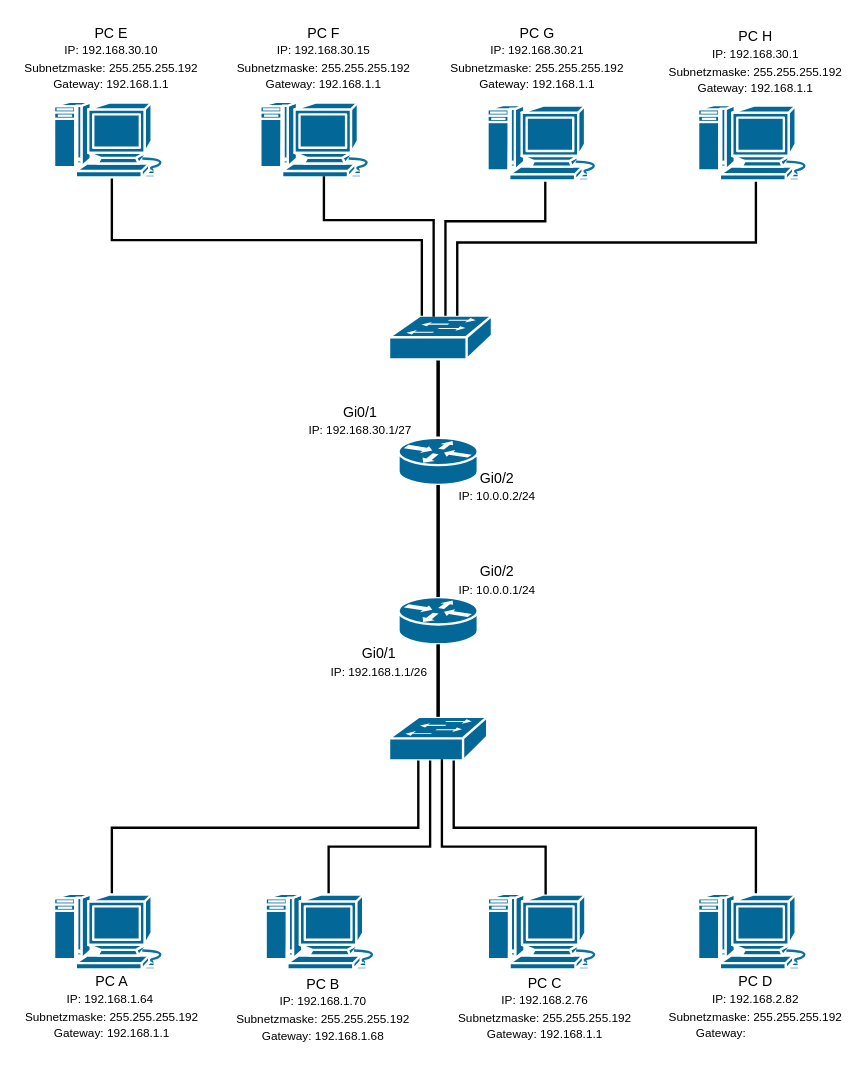
The draw.io diagram Fehler Schicht 3.drawio in PLAD26/-MAC-Tabellen-und-Switching-, before the edit. Source tidied: cells renumbered, new cells numbered last; positions are measured from the earlier drawing's top-left corner, leaving out a move shared by most shapes. Both pictures are drawn from the tidied source at 118%, with x=0, y=0 at pixel (20, 20).
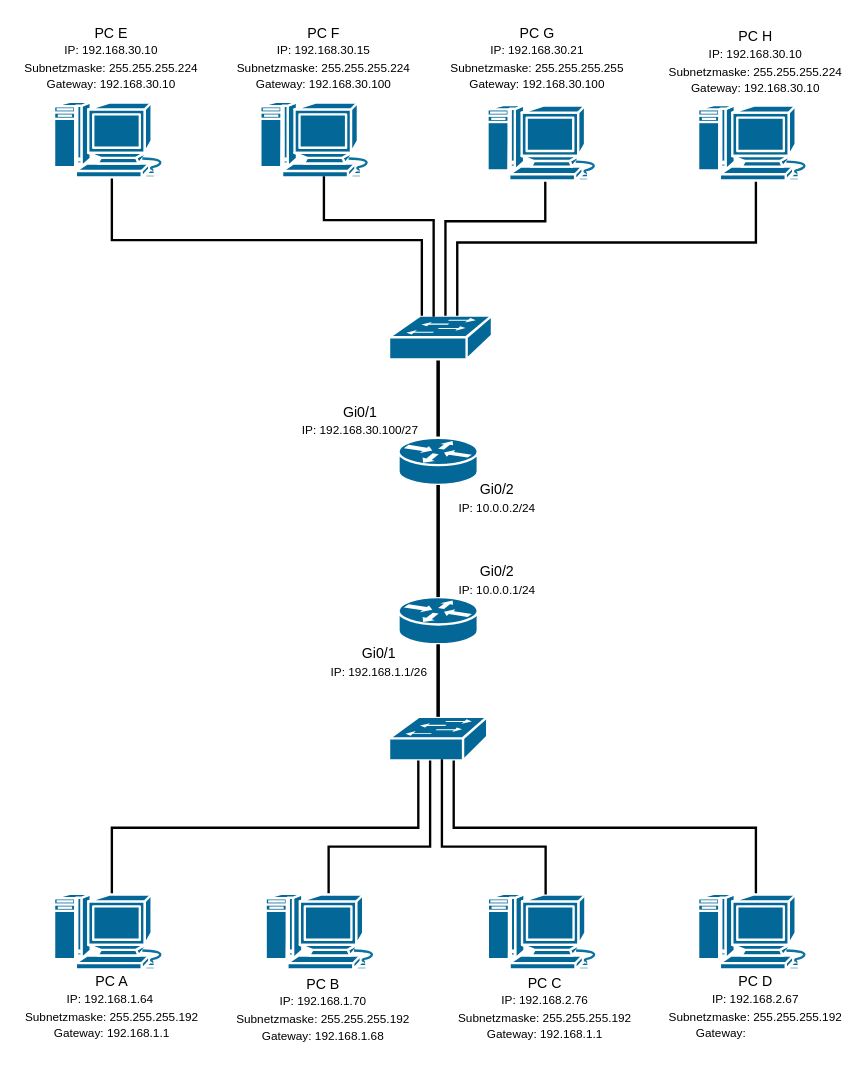
Above is the later version.

Change to the diagram source:
```diff
@@
-    <mxCell id="15" value="PC D&lt;div&gt;&lt;font style=&quot;font-size: 10px;&quot;&gt;IP: 192.168.2.82&lt;/font&gt;&lt;/div&gt;&lt;div&gt;&lt;font style=&quot;font-size: 10px;&quot;&gt;&lt;div style=&quot;font-size: 12px;&quot;&gt;&lt;div&gt;&lt;font style=&quot;font-size: 10px;&quot;&gt;Subnetzmaske: 255.255.255.192&lt;/font&gt;&lt;/div&gt;&lt;div&gt;&lt;font style=&quot;font-size: 10px;&quot;&gt;Gateway:&amp;nbsp; &amp;nbsp; &amp;nbsp; &amp;nbsp; &amp;nbsp; &amp;nbsp; &amp;nbsp; &amp;nbsp; &amp;nbsp; &amp;nbsp; &amp;nbsp;&lt;/font&gt;&lt;/div&gt;&lt;/div&gt;&lt;/font&gt;&lt;/div&gt;" style="text;html=1;whiteSpace=wrap;strokeColor=none;fillColor=none;align=center;verticalAlign=middle;rounded=0;" parent="1" vertex="1">
+    <mxCell id="15" value="PC D&lt;div&gt;&lt;font style=&quot;font-size: 10px;&quot;&gt;IP: 192.168.2.67&lt;/font&gt;&lt;/div&gt;&lt;div&gt;&lt;font style=&quot;font-size: 10px;&quot;&gt;&lt;div style=&quot;font-size: 12px;&quot;&gt;&lt;div&gt;&lt;font style=&quot;font-size: 10px;&quot;&gt;Subnetzmaske: 255.255.255.192&lt;/font&gt;&lt;/div&gt;&lt;div&gt;&lt;font style=&quot;font-size: 10px;&quot;&gt;Gateway:&amp;nbsp; &amp;nbsp; &amp;nbsp; &amp;nbsp; &amp;nbsp; &amp;nbsp; &amp;nbsp; &amp;nbsp; &amp;nbsp; &amp;nbsp; &amp;nbsp;&lt;/font&gt;&lt;/div&gt;&lt;/div&gt;&lt;/font&gt;&lt;/div&gt;" style="text;html=1;whiteSpace=wrap;strokeColor=none;fillColor=none;align=center;verticalAlign=middle;rounded=0;" parent="1" vertex="1">
       <mxGeometry x="546.1" y="804" width="154" height="63" as="geometry" />
     </mxCell>
@@
-    <mxCell id="27" value="PC E&lt;div&gt;&lt;font style=&quot;font-size: 10px;&quot;&gt;IP: 192.168.30.10&lt;/font&gt;&lt;/div&gt;&lt;div&gt;&lt;font style=&quot;font-size: 10px;&quot;&gt;&lt;div style=&quot;font-size: 12px;&quot;&gt;&lt;div&gt;&lt;font style=&quot;font-size: 10px;&quot;&gt;Subnetzmaske: 255.255.255.192&lt;/font&gt;&lt;/div&gt;&lt;div&gt;&lt;font style=&quot;font-size: 10px;&quot;&gt;Gateway: 192.168.1.1&lt;/font&gt;&lt;/div&gt;&lt;/div&gt;&lt;/font&gt;&lt;/div&gt;" style="text;html=1;whiteSpace=wrap;strokeColor=none;fillColor=none;align=center;verticalAlign=middle;rounded=0;" parent="1" vertex="1">
+    <mxCell id="27" value="PC E&lt;div&gt;&lt;font style=&quot;font-size: 10px;&quot;&gt;IP: 192.168.30.10&lt;/font&gt;&lt;/div&gt;&lt;div&gt;&lt;font style=&quot;font-size: 10px;&quot;&gt;&lt;div style=&quot;font-size: 12px;&quot;&gt;&lt;div&gt;&lt;font style=&quot;font-size: 10px;&quot;&gt;Subnetzmaske: 255.255.255.224&lt;/font&gt;&lt;/div&gt;&lt;div&gt;&lt;font style=&quot;font-size: 10px;&quot;&gt;Gateway: 192.168.30.10&lt;/font&gt;&lt;/div&gt;&lt;/div&gt;&lt;/font&gt;&lt;/div&gt;" style="text;html=1;whiteSpace=wrap;strokeColor=none;fillColor=none;align=center;verticalAlign=middle;rounded=0;" parent="1" vertex="1">
       <mxGeometry width="154.2" height="63" as="geometry" />
     </mxCell>
-    <mxCell id="28" value="PC F&lt;div&gt;&lt;font style=&quot;font-size: 10px;&quot;&gt;IP: 192.168.30.15&lt;/font&gt;&lt;/div&gt;&lt;div&gt;&lt;font style=&quot;font-size: 10px;&quot;&gt;&lt;div style=&quot;font-size: 12px;&quot;&gt;&lt;div&gt;&lt;font style=&quot;font-size: 10px;&quot;&gt;Subnetzmaske: 255.255.255.192&lt;/font&gt;&lt;/div&gt;&lt;div&gt;&lt;font style=&quot;font-size: 10px;&quot;&gt;Gateway: 192.168.1.1&lt;/font&gt;&lt;/div&gt;&lt;/div&gt;&lt;/font&gt;&lt;/div&gt;" style="text;html=1;whiteSpace=wrap;strokeColor=none;fillColor=none;align=center;verticalAlign=middle;rounded=0;" parent="1" vertex="1">
+    <mxCell id="28" value="PC F&lt;div&gt;&lt;font style=&quot;font-size: 10px;&quot;&gt;IP: 192.168.30.15&lt;/font&gt;&lt;/div&gt;&lt;div&gt;&lt;font style=&quot;font-size: 10px;&quot;&gt;&lt;div style=&quot;font-size: 12px;&quot;&gt;&lt;div&gt;&lt;font style=&quot;font-size: 10px;&quot;&gt;Subnetzmaske: 255.255.255.&lt;/font&gt;&lt;span style=&quot;font-size: 10px; background-color: transparent; color: light-dark(rgb(0, 0, 0), rgb(255, 255, 255));&quot;&gt;224&lt;/span&gt;&lt;/div&gt;&lt;div&gt;&lt;font style=&quot;font-size: 10px;&quot;&gt;Gateway:&amp;nbsp;&lt;/font&gt;&lt;span style=&quot;font-size: 10px; background-color: transparent; color: light-dark(rgb(0, 0, 0), rgb(255, 255, 255));&quot;&gt;192.168.30.100&lt;/span&gt;&lt;/div&gt;&lt;/div&gt;&lt;/font&gt;&lt;/div&gt;" style="text;html=1;whiteSpace=wrap;strokeColor=none;fillColor=none;align=center;verticalAlign=middle;rounded=0;" parent="1" vertex="1">
       <mxGeometry x="181.7" y="5.8" width="149.8" height="51.5" as="geometry" />
     </mxCell>
-    <mxCell id="29" value="PC G&lt;div&gt;&lt;font style=&quot;font-size: 10px;&quot;&gt;IP: 192.168.30.21&lt;/font&gt;&lt;/div&gt;&lt;div&gt;&lt;font style=&quot;font-size: 10px;&quot;&gt;&lt;div style=&quot;font-size: 12px;&quot;&gt;&lt;div&gt;&lt;font style=&quot;font-size: 10px;&quot;&gt;Subnetzmaske: 255.255.255.192&lt;/font&gt;&lt;/div&gt;&lt;div&gt;&lt;font style=&quot;font-size: 10px;&quot;&gt;Gateway: 192.168.1.1&lt;/font&gt;&lt;/div&gt;&lt;/div&gt;&lt;/font&gt;&lt;/div&gt;" style="text;html=1;whiteSpace=wrap;strokeColor=none;fillColor=none;align=center;verticalAlign=middle;rounded=0;" parent="1" vertex="1">
+    <mxCell id="29" value="PC G&lt;div&gt;&lt;font style=&quot;font-size: 10px;&quot;&gt;IP: 192.168.30.21&lt;/font&gt;&lt;/div&gt;&lt;div&gt;&lt;font style=&quot;font-size: 10px;&quot;&gt;&lt;div style=&quot;font-size: 12px;&quot;&gt;&lt;div&gt;&lt;font style=&quot;font-size: 10px;&quot;&gt;Subnetzmaske: 255.255.255.255&lt;/font&gt;&lt;/div&gt;&lt;div&gt;&lt;font style=&quot;font-size: 10px;&quot;&gt;Gateway:&amp;nbsp;&lt;/font&gt;&lt;span style=&quot;font-size: 10px; background-color: transparent; color: light-dark(rgb(0, 0, 0), rgb(255, 255, 255));&quot;&gt;192.168.30.100&lt;/span&gt;&lt;/div&gt;&lt;/div&gt;&lt;/font&gt;&lt;/div&gt;" style="text;html=1;whiteSpace=wrap;strokeColor=none;fillColor=none;align=center;verticalAlign=middle;rounded=0;" parent="1" vertex="1">
       <mxGeometry x="361" y="3" width="154" height="57" as="geometry" />
     </mxCell>
-    <mxCell id="30" value="PC H&lt;div&gt;&lt;font style=&quot;font-size: 10px;&quot;&gt;IP: 192.168.30.1&lt;/font&gt;&lt;/div&gt;&lt;div&gt;&lt;font style=&quot;font-size: 10px;&quot;&gt;&lt;div style=&quot;font-size: 12px;&quot;&gt;&lt;div&gt;&lt;font style=&quot;font-size: 10px;&quot;&gt;Subnetzmaske: 255.255.255.192&lt;/font&gt;&lt;/div&gt;&lt;div&gt;&lt;font style=&quot;font-size: 10px;&quot;&gt;Gateway: 192.168.1.1&lt;/font&gt;&lt;/div&gt;&lt;/div&gt;&lt;/font&gt;&lt;/div&gt;" style="text;html=1;whiteSpace=wrap;strokeColor=none;fillColor=none;align=center;verticalAlign=middle;rounded=0;" parent="1" vertex="1">
+    <mxCell id="30" value="PC H&lt;div&gt;&lt;font style=&quot;font-size: 10px;&quot;&gt;IP: 192.168.30.10&lt;/font&gt;&lt;/div&gt;&lt;div&gt;&lt;font style=&quot;font-size: 10px;&quot;&gt;&lt;div style=&quot;font-size: 12px;&quot;&gt;&lt;div&gt;&lt;font style=&quot;font-size: 10px;&quot;&gt;Subnetzmaske: 255.255.255.&lt;/font&gt;&lt;span style=&quot;font-size: 10px; background-color: transparent; color: light-dark(rgb(0, 0, 0), rgb(255, 255, 255));&quot;&gt;224&lt;/span&gt;&lt;/div&gt;&lt;div&gt;&lt;font style=&quot;font-size: 10px;&quot;&gt;Gateway:&amp;nbsp;&lt;/font&gt;&lt;span style=&quot;font-size: 10px; background-color: transparent; color: light-dark(rgb(0, 0, 0), rgb(255, 255, 255));&quot;&gt;192.168.30.10&lt;/span&gt;&lt;/div&gt;&lt;/div&gt;&lt;/font&gt;&lt;/div&gt;" style="text;html=1;whiteSpace=wrap;strokeColor=none;fillColor=none;align=center;verticalAlign=middle;rounded=0;" parent="1" vertex="1">
       <mxGeometry x="546.1" y="6" width="154" height="57" as="geometry" />
     </mxCell>
-    <mxCell id="31" value="Gi0/1&lt;br&gt;&lt;div&gt;&lt;font style=&quot;font-size: 10px;&quot;&gt;IP: 192.168.30.1/27&lt;/font&gt;&lt;/div&gt;" style="text;html=1;whiteSpace=wrap;strokeColor=none;fillColor=none;align=center;verticalAlign=middle;rounded=0;" parent="1" vertex="1">
+    <mxCell id="31" value="Gi0/1&lt;br&gt;&lt;div&gt;&lt;font style=&quot;font-size: 10px;&quot;&gt;IP: 192.168.30.100/27&lt;/font&gt;&lt;/div&gt;" style="text;html=1;whiteSpace=wrap;strokeColor=none;fillColor=none;align=center;verticalAlign=middle;rounded=0;" parent="1" vertex="1">
       <mxGeometry x="235.4" y="323.5" width="105.8" height="30" as="geometry" />
     </mxCell>
@@
     <mxCell id="33" value="Gi0/2&lt;br&gt;&lt;div&gt;&lt;font style=&quot;font-size: 10px;&quot;&gt;IP: 10.0.0.2/24&lt;/font&gt;&lt;/div&gt;" style="text;html=1;whiteSpace=wrap;strokeColor=none;fillColor=none;align=center;verticalAlign=middle;rounded=0;" parent="1" vertex="1">
-      <mxGeometry x="351" y="380" width="105.8" height="30" as="geometry" />
+      <mxGeometry x="351" y="390" width="105.8" height="30" as="geometry" />
     </mxCell>
```
